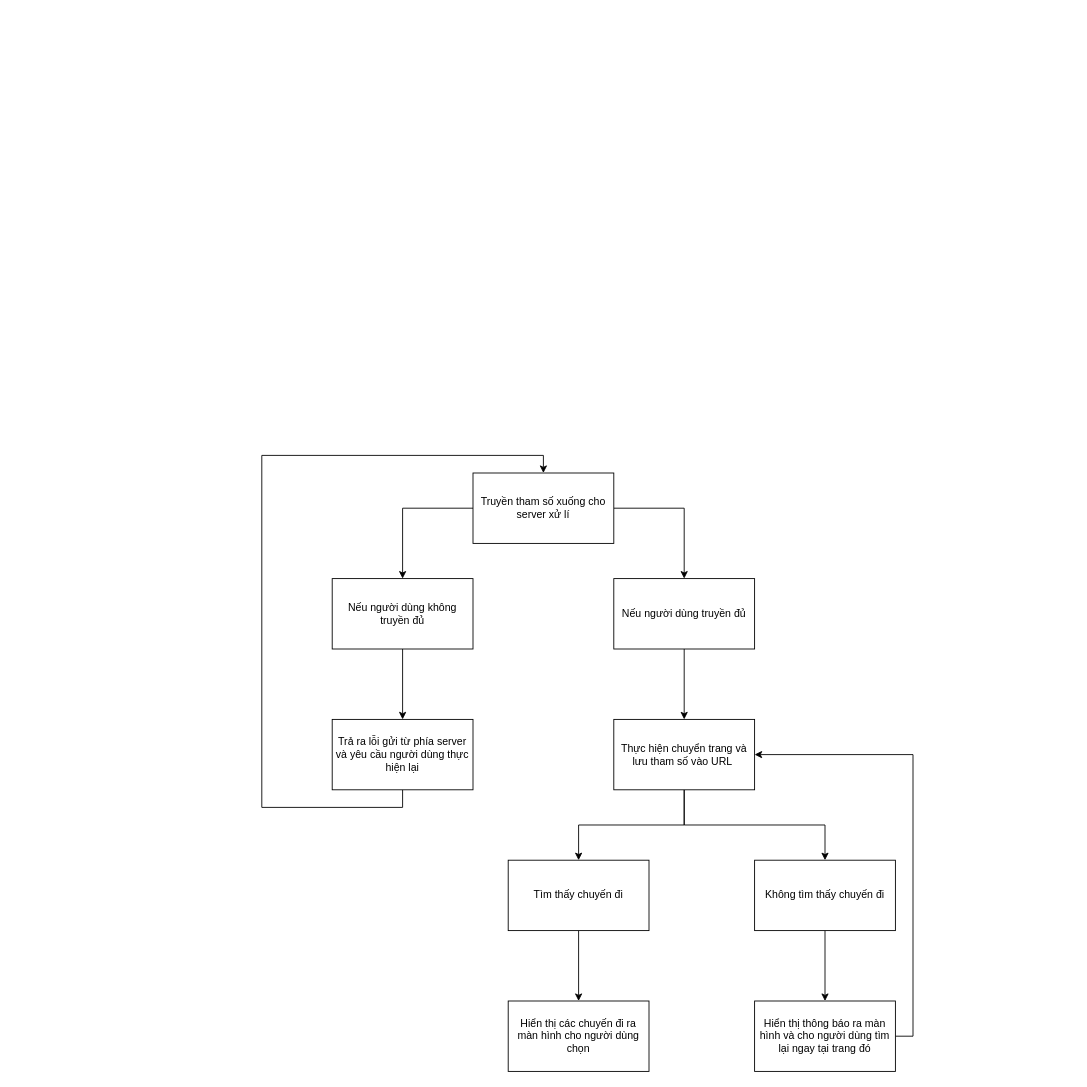
Above: TrainSearchFlowChart.drawio in TranDangKhoi/railway-reservation-server (draw.io), before the change. Source tidied: cells renumbered, new cells numbered last; positions are measured from the earlier drawing's top-left corner, leaving out a move shared by most shapes. Both pictures are drawn from the tidied source at 88%, with x=0, y=0 at pixel (261, 455).
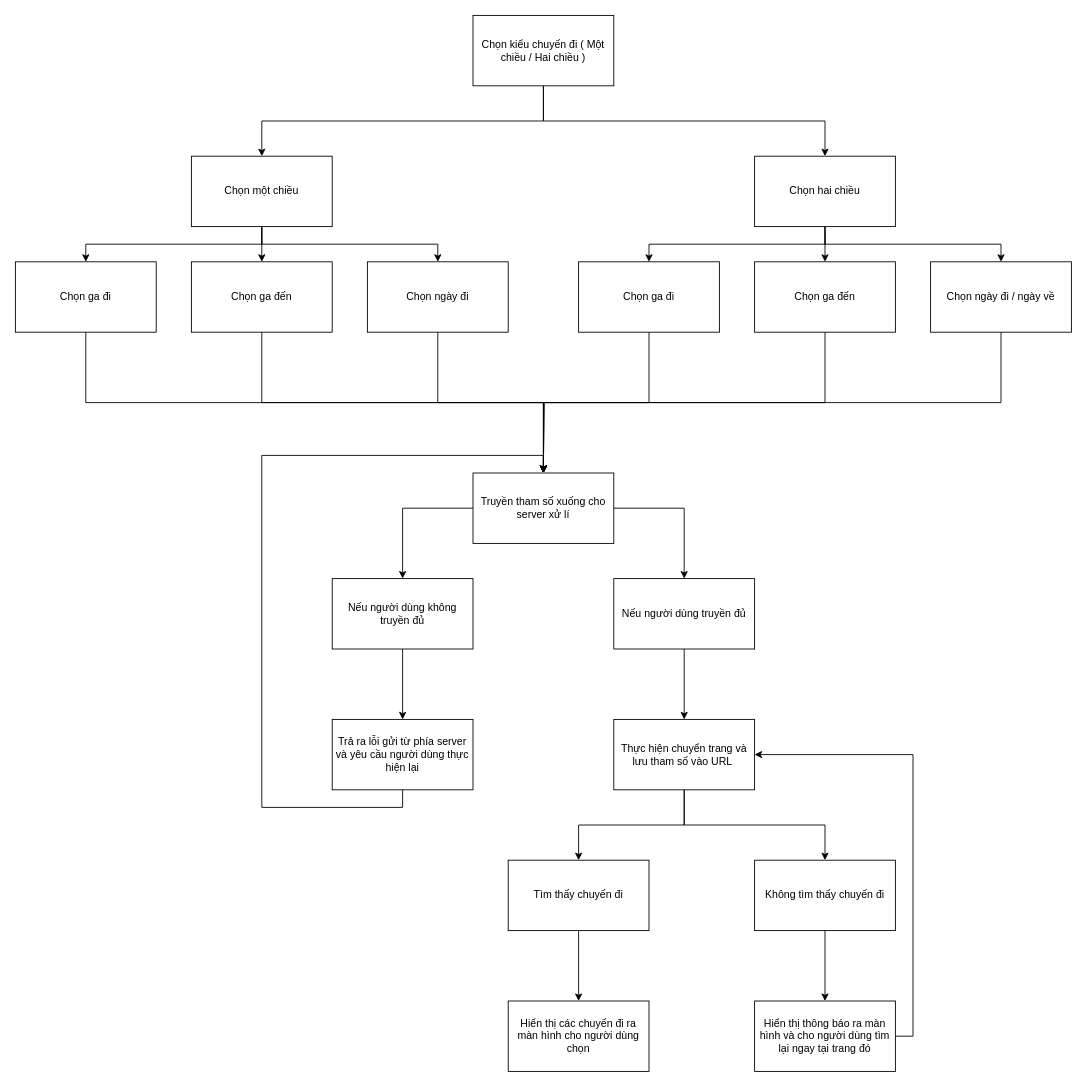
Above is the later version.

The change refers to these unchanged cells:
```xml
<mxCell id="4" value="Truyền tham số xuống cho server xử lí" style="rounded=0;whiteSpace=wrap;html=1;" parent="1" vertex="1">
  <mxGeometry x="240" y="20" width="160" height="80" as="geometry" />
</mxCell>
```

Diff of the diagram source:
```diff
@@
+    <mxCell id="21" style="edgeStyle=orthogonalEdgeStyle;rounded=0;jettySize=auto;html=1;exitX=0.5;exitY=1;exitDx=0;exitDy=0;entryX=0.5;entryY=0;entryDx=0;entryDy=0;" parent="1" edge="1" source="23" target="33">
+      <mxGeometry relative="1" as="geometry" />
+    </mxCell>
+    <mxCell id="22" style="edgeStyle=orthogonalEdgeStyle;rounded=0;jettySize=auto;html=1;exitX=0.5;exitY=1;exitDx=0;exitDy=0;entryX=0.5;entryY=0;entryDx=0;entryDy=0;" parent="1" edge="1" source="23" target="37">
+      <mxGeometry relative="1" as="geometry" />
+    </mxCell>
+    <mxCell id="23" value="Chọn kiểu chuyến đi ( Một chiều / Hai chiều )" style="rounded=0;whiteSpace=wrap;html=1;" parent="1" vertex="1">
+      <mxGeometry x="240" y="-500" width="160" height="80" as="geometry" />
+    </mxCell>
+    <mxCell id="24" style="edgeStyle=orthogonalEdgeStyle;rounded=0;jettySize=auto;html=1;exitX=0.5;exitY=1;exitDx=0;exitDy=0;entryX=0.5;entryY=0;entryDx=0;entryDy=0;" parent="1" edge="1" source="25" target="4">
+      <mxGeometry relative="1" as="geometry" />
+    </mxCell>
+    <mxCell id="25" value="Chọn ga đi" style="rounded=0;whiteSpace=wrap;html=1;" parent="1" vertex="1">
+      <mxGeometry x="-280" y="-220" width="160" height="80" as="geometry" />
+    </mxCell>
+    <mxCell id="26" style="edgeStyle=orthogonalEdgeStyle;rounded=0;jettySize=auto;html=1;exitX=0.5;exitY=1;exitDx=0;exitDy=0;" parent="1" edge="1" source="27">
+      <mxGeometry relative="1" as="geometry">
+        <mxPoint x="320" y="20" as="targetPoint" />
+      </mxGeometry>
+    </mxCell>
+    <mxCell id="27" value="Chọn ga đến" style="rounded=0;whiteSpace=wrap;html=1;" parent="1" vertex="1">
+      <mxGeometry x="-80" y="-220" width="160" height="80" as="geometry" />
+    </mxCell>
+    <mxCell id="28" style="edgeStyle=orthogonalEdgeStyle;rounded=0;jettySize=auto;html=1;exitX=0.5;exitY=1;exitDx=0;exitDy=0;entryX=0.5;entryY=0;entryDx=0;entryDy=0;" parent="1" edge="1" source="29" target="4">
+      <mxGeometry relative="1" as="geometry" />
+    </mxCell>
+    <mxCell id="29" value="Chọn ngày đi" style="rounded=0;whiteSpace=wrap;html=1;" parent="1" vertex="1">
+      <mxGeometry x="120" y="-220" width="160" height="80" as="geometry" />
+    </mxCell>
+    <mxCell id="30" style="edgeStyle=orthogonalEdgeStyle;rounded=0;jettySize=auto;html=1;exitX=0.5;exitY=1;exitDx=0;exitDy=0;entryX=0.5;entryY=0;entryDx=0;entryDy=0;" parent="1" edge="1" source="33" target="27">
+      <mxGeometry relative="1" as="geometry" />
+    </mxCell>
+    <mxCell id="31" style="edgeStyle=orthogonalEdgeStyle;rounded=0;jettySize=auto;html=1;exitX=0.5;exitY=1;exitDx=0;exitDy=0;entryX=0.5;entryY=0;entryDx=0;entryDy=0;" parent="1" edge="1" source="33" target="25">
+      <mxGeometry relative="1" as="geometry" />
+    </mxCell>
+    <mxCell id="32" style="edgeStyle=orthogonalEdgeStyle;rounded=0;jettySize=auto;html=1;exitX=0.5;exitY=1;exitDx=0;exitDy=0;entryX=0.5;entryY=0;entryDx=0;entryDy=0;" parent="1" edge="1" source="33" target="29">
+      <mxGeometry relative="1" as="geometry" />
+    </mxCell>
+    <mxCell id="33" value="Chọn một chiều" style="rounded=0;whiteSpace=wrap;html=1;" parent="1" vertex="1">
+      <mxGeometry x="-80" y="-340" width="160" height="80" as="geometry" />
+    </mxCell>
+    <mxCell id="34" style="edgeStyle=orthogonalEdgeStyle;rounded=0;jettySize=auto;html=1;exitX=0.5;exitY=1;exitDx=0;exitDy=0;entryX=0.5;entryY=0;entryDx=0;entryDy=0;" parent="1" edge="1" source="37" target="39">
+      <mxGeometry relative="1" as="geometry" />
+    </mxCell>
+    <mxCell id="35" style="edgeStyle=orthogonalEdgeStyle;rounded=0;jettySize=auto;html=1;exitX=0.5;exitY=1;exitDx=0;exitDy=0;" parent="1" edge="1" source="37" target="41">
+      <mxGeometry relative="1" as="geometry" />
+    </mxCell>
+    <mxCell id="36" style="edgeStyle=orthogonalEdgeStyle;rounded=0;jettySize=auto;html=1;exitX=0.5;exitY=1;exitDx=0;exitDy=0;entryX=0.5;entryY=0;entryDx=0;entryDy=0;" parent="1" edge="1" source="37" target="43">
+      <mxGeometry relative="1" as="geometry" />
+    </mxCell>
+    <mxCell id="37" value="Chọn hai chiều" style="rounded=0;whiteSpace=wrap;html=1;" parent="1" vertex="1">
+      <mxGeometry x="560" y="-340" width="160" height="80" as="geometry" />
+    </mxCell>
+    <mxCell id="38" style="edgeStyle=orthogonalEdgeStyle;rounded=0;jettySize=auto;html=1;exitX=0.5;exitY=1;exitDx=0;exitDy=0;" parent="1" edge="1" source="39">
+      <mxGeometry relative="1" as="geometry">
+        <mxPoint x="320" y="20" as="targetPoint" />
+      </mxGeometry>
+    </mxCell>
+    <mxCell id="39" value="Chọn ga đi" style="rounded=0;whiteSpace=wrap;html=1;" parent="1" vertex="1">
+      <mxGeometry x="360" y="-220" width="160" height="80" as="geometry" />
+    </mxCell>
+    <mxCell id="40" style="edgeStyle=orthogonalEdgeStyle;rounded=0;jettySize=auto;html=1;exitX=0.5;exitY=1;exitDx=0;exitDy=0;" parent="1" edge="1" source="41">
+      <mxGeometry relative="1" as="geometry">
+        <mxPoint x="320" y="20" as="targetPoint" />
+      </mxGeometry>
+    </mxCell>
+    <mxCell id="41" value="Chọn ga đến" style="rounded=0;whiteSpace=wrap;html=1;" parent="1" vertex="1">
+      <mxGeometry x="560" y="-220" width="160" height="80" as="geometry" />
+    </mxCell>
+    <mxCell id="42" style="edgeStyle=orthogonalEdgeStyle;rounded=0;jettySize=auto;html=1;exitX=0.5;exitY=1;exitDx=0;exitDy=0;" parent="1" edge="1" source="43">
+      <mxGeometry relative="1" as="geometry">
+        <mxPoint x="320" y="20" as="targetPoint" />
+      </mxGeometry>
+    </mxCell>
+    <mxCell id="43" value="Chọn ngày đi / ngày về" style="rounded=0;whiteSpace=wrap;html=1;" parent="1" vertex="1">
+      <mxGeometry x="760" y="-220" width="160" height="80" as="geometry" />
+    </mxCell>
```
